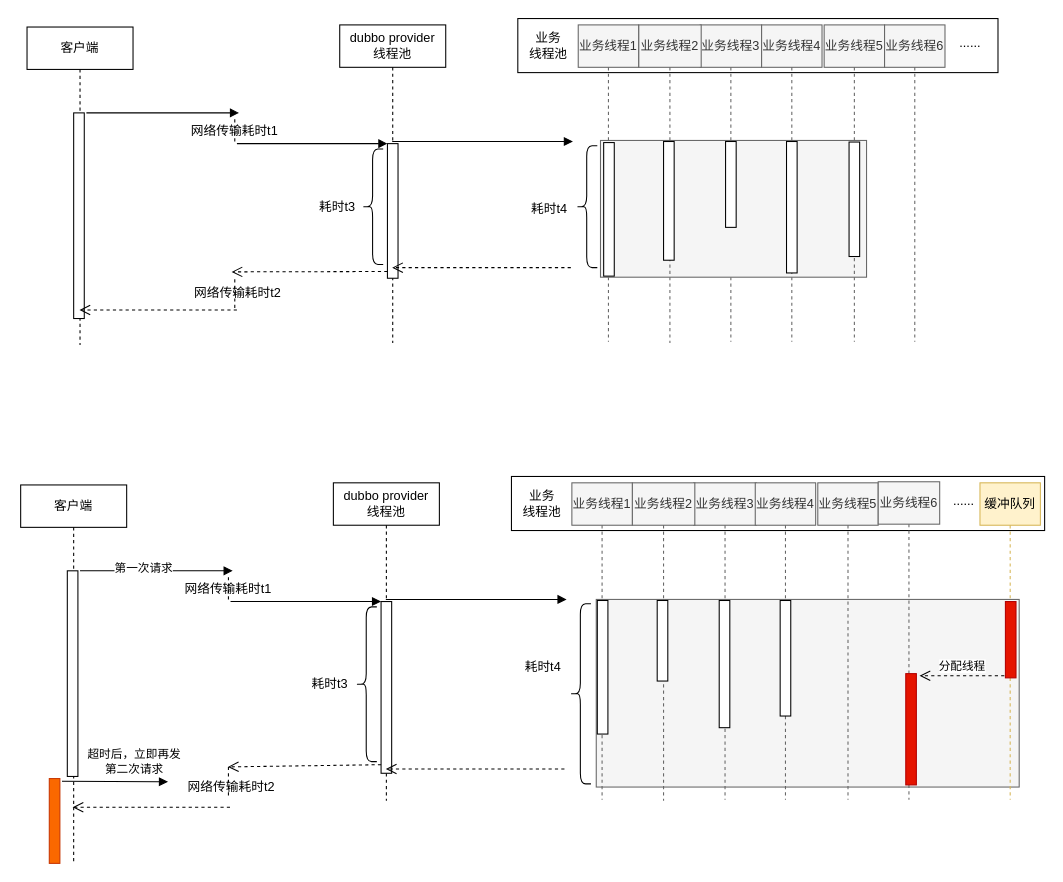
The draw.io diagram 线程池.drawio in zengnm/diagrams, before the edit. Source tidied: cells renumbered, new cells numbered last; positions are measured from the earlier drawing's top-left corner, leaving out a move shared by most shapes. Both pictures are drawn from the tidied source at 106%, with x=0, y=0 at pixel (20, 18).
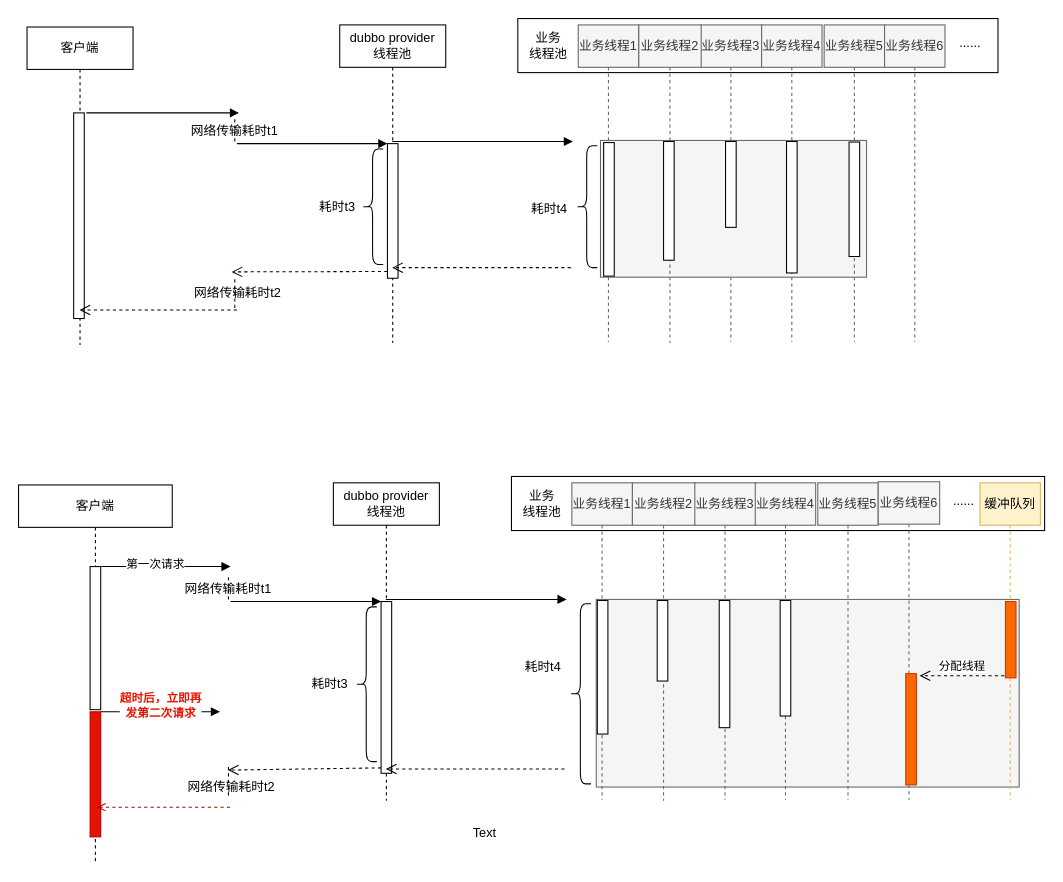
Above is the later version.

Unchanged cells that the change refers to:
```xml
<mxCell id="43" style="html=1;points=[];perimeter=orthogonalPerimeter;" parent="42" vertex="1">
  <mxGeometry x="45" y="112" width="10" height="162" as="geometry" />
</mxCell>
<mxCell id="55" style="line;strokeWidth=1;direction=south;html=1;perimeter=backbonePerimeter;points=[];outlineConnect=0;dashed=1;" parent="1" vertex="1">
  <mxGeometry x="191" y="706" width="10" height="28" as="geometry" />
</mxCell>
<mxCell id="58" value="业务线程6" style="shape=umlLifeline;perimeter=lifelinePerimeter;whiteSpace=wrap;html=1;fillColor=#f5f5f5;fontColor=#333333;strokeColor=#666666;" parent="1" vertex="1">
  <mxGeometry x="809" y="437" width="58" height="300" as="geometry" />
</mxCell>
<mxCell id="69" value="缓冲队列" style="shape=umlLifeline;perimeter=lifelinePerimeter;whiteSpace=wrap;html=1;fillColor=#fff2cc;strokeColor=#d6b656;" parent="1" vertex="1">
  <mxGeometry x="905" y="438" width="57" height="299" as="geometry" />
</mxCell>
```

Change to the diagram source:
```diff
@@
     <mxCell id="37" value="客户端" style="shape=umlLifeline;perimeter=lifelinePerimeter;whiteSpace=wrap;html=1;" parent="1" vertex="1">
-      <mxGeometry y="440" width="100" height="357" as="geometry" />
+      <mxGeometry x="-2" y="440" width="145" height="357" as="geometry" />
     </mxCell>
     <mxCell id="38" style="html=1;perimeter=orthogonalPerimeter;" parent="37" vertex="1">
-      <mxGeometry x="44" y="81" width="10" height="194" as="geometry" />
+      <mxGeometry x="67.5" y="77" width="10" height="135" as="geometry" />
     </mxCell>
     <mxCell id="39" style="html=1;verticalAlign=bottom;endArrow=block;rounded=0;" parent="37" edge="1">
       <mxGeometry relative="1" as="geometry">
-        <mxPoint x="56" y="81" as="sourcePoint" />
-        <mxPoint x="200" y="81" as="targetPoint" />
+        <mxPoint x="78" y="77" as="sourcePoint" />
+        <mxPoint x="200" y="77" as="targetPoint" />
       </mxGeometry>
     </mxCell>
@@
-    <mxCell id="41" style="html=1;perimeter=orthogonalPerimeter;strokeWidth=1;fillColor=#fa6800;fontColor=#000000;strokeColor=#C73500;" parent="37" vertex="1">
-      <mxGeometry x="27" y="277" width="10" height="80" as="geometry" />
+    <mxCell id="41" style="html=1;perimeter=orthogonalPerimeter;strokeWidth=1;fillColor=#e51400;fontColor=#ffffff;strokeColor=#B20000;" parent="37" vertex="1">
+      <mxGeometry x="67.5" y="214" width="10" height="118" as="geometry" />
     </mxCell>
@@
-    <mxCell id="51" style="html=1;verticalAlign=bottom;endArrow=open;dashed=1;endSize=8;exitX=0;exitY=0.95;rounded=0;" parent="1" edge="1" source="43" target="55">
-      <mxGeometry relative="1" as="geometry" />
+    <mxCell id="51" style="html=1;verticalAlign=bottom;endArrow=open;dashed=1;endSize=8;exitX=0;exitY=0.95;rounded=0;" parent="1" edge="1">
+      <mxGeometry relative="1" as="geometry">
+        <mxPoint x="340" y="706.9" as="sourcePoint" />
+        <mxPoint x="195.5" y="709" as="targetPoint" />
+      </mxGeometry>
     </mxCell>
@@
-    <mxCell id="59" style="html=1;perimeter=orthogonalPerimeter;strokeWidth=1;fillColor=#e51400;fontColor=#ffffff;strokeColor=#B20000;" parent="58" vertex="1">
+    <mxCell id="59" style="html=1;perimeter=orthogonalPerimeter;strokeWidth=1;fillColor=#fa6800;fontColor=#000000;strokeColor=#C73500;" parent="58" vertex="1">
       <mxGeometry x="26" y="181" width="10" height="105" as="geometry" />
     </mxCell>
@@
-    <mxCell id="70" style="html=1;perimeter=orthogonalPerimeter;strokeWidth=1;fillColor=#e51400;strokeColor=#B20000;fontColor=#ffffff;" parent="69" vertex="1">
+    <mxCell id="70" style="html=1;perimeter=orthogonalPerimeter;strokeWidth=1;fillColor=#fa6800;strokeColor=#C73500;fontColor=#000000;" parent="69" vertex="1">
       <mxGeometry x="24" y="112" width="10" height="72" as="geometry" />
     </mxCell>
-    <mxCell id="71" style="html=1;verticalAlign=bottom;endArrow=open;dashed=1;endSize=8;rounded=0;" parent="1" edge="1">
+    <mxCell id="71" style="html=1;verticalAlign=bottom;endArrow=open;dashed=1;rounded=0;fillColor=#e51400;strokeColor=#B20000;" parent="1" edge="1">
       <mxGeometry relative="1" as="geometry">
         <mxPoint x="197.5" y="744" as="sourcePoint" />
-        <mxPoint x="49" y="744" as="targetPoint" />
-        <Array as="points">
-          <mxPoint x="117.5" y="744" />
-        </Array>
+        <mxPoint x="72" y="744" as="targetPoint" />
       </mxGeometry>
     </mxCell>
@@
+    <mxCell id="75" value="Text" style="text;html=1;strokeColor=none;fillColor=none;align=center;verticalAlign=middle;whiteSpace=wrap;rounded=0;" parent="1" vertex="1">
+      <mxGeometry x="408" y="754" width="60" height="30" as="geometry" />
+    </mxCell>
     <mxCell id="73" style="html=1;verticalAlign=bottom;endArrow=block;rounded=0;" parent="1" edge="1">
       <mxGeometry relative="1" as="geometry">
-        <mxPoint x="39" y="719.5" as="sourcePoint" />
-        <mxPoint x="139" y="720" as="targetPoint" />
+        <mxPoint x="75.5" y="654" as="sourcePoint" />
+        <mxPoint x="188" y="654" as="targetPoint" />
       </mxGeometry>
     </mxCell>
-    <mxCell id="74" value="超时后，立即再发&lt;br&gt;第二次请求" style="edgeLabel;html=1;align=center;verticalAlign=middle;" parent="73" vertex="1">
+    <mxCell id="74" value="&lt;b&gt;&lt;font color=&quot;#e51400&quot;&gt;超时后，立即再&lt;br&gt;发第二次请求&lt;/font&gt;&lt;/b&gt;" style="edgeLabel;html=1;align=center;verticalAlign=middle;" parent="73" vertex="1">
       <mxGeometry x="-0.18" y="3" relative="1" as="geometry">
-        <mxPoint x="26" y="-16" as="offset" />
+        <mxPoint x="10" y="-4" as="offset" />
       </mxGeometry>
     </mxCell>
```
